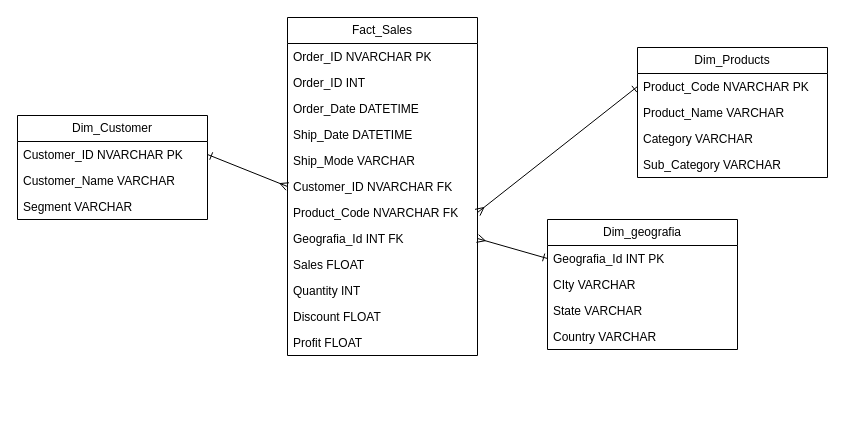
Before: data/schema/startModeling.drawio in Lisandrot1/retail-sales-data-pipeline, a draw.io diagram. Source tidied: cells renumbered, new cells numbered last; positions are measured from the earlier drawing's top-left corner, leaving out a move shared by most shapes. Both pictures are drawn from the tidied source at 100%, with x=0, y=0 at pixel (17, 17).
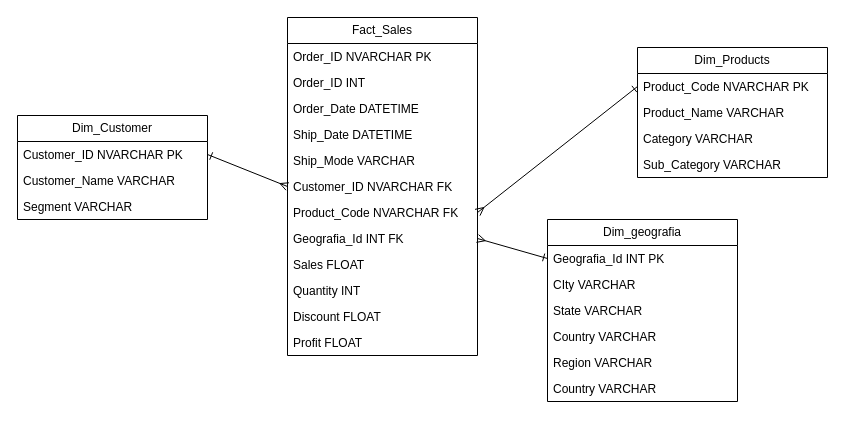
After the change.

Diff of the diagram source:
```diff
@@
     <mxCell id="7" value="Dim_geografia" style="swimlane;fontStyle=0;horizontal=1;startSize=26;fillColor=none;whiteSpace=wrap;html=1;" parent="1" vertex="1">
-      <mxGeometry x="530" y="202" width="190" height="130" as="geometry" />
+      <mxGeometry x="530" y="202" width="190" height="182" as="geometry" />
     </mxCell>
@@
+    <mxCell id="32" value="Region VARCHAR" style="text;strokeColor=none;fillColor=none;align=left;verticalAlign=top;spacingLeft=4;spacingRight=4;overflow=hidden;whiteSpace=wrap;html=1;" parent="7" vertex="1">
+      <mxGeometry y="130" width="190" height="26" as="geometry" />
+    </mxCell>
+    <mxCell id="33" value="Country VARCHAR" style="text;strokeColor=none;fillColor=none;align=left;verticalAlign=top;spacingLeft=4;spacingRight=4;overflow=hidden;whiteSpace=wrap;html=1;" parent="7" vertex="1">
+      <mxGeometry y="156" width="190" height="26" as="geometry" />
+    </mxCell>
```
